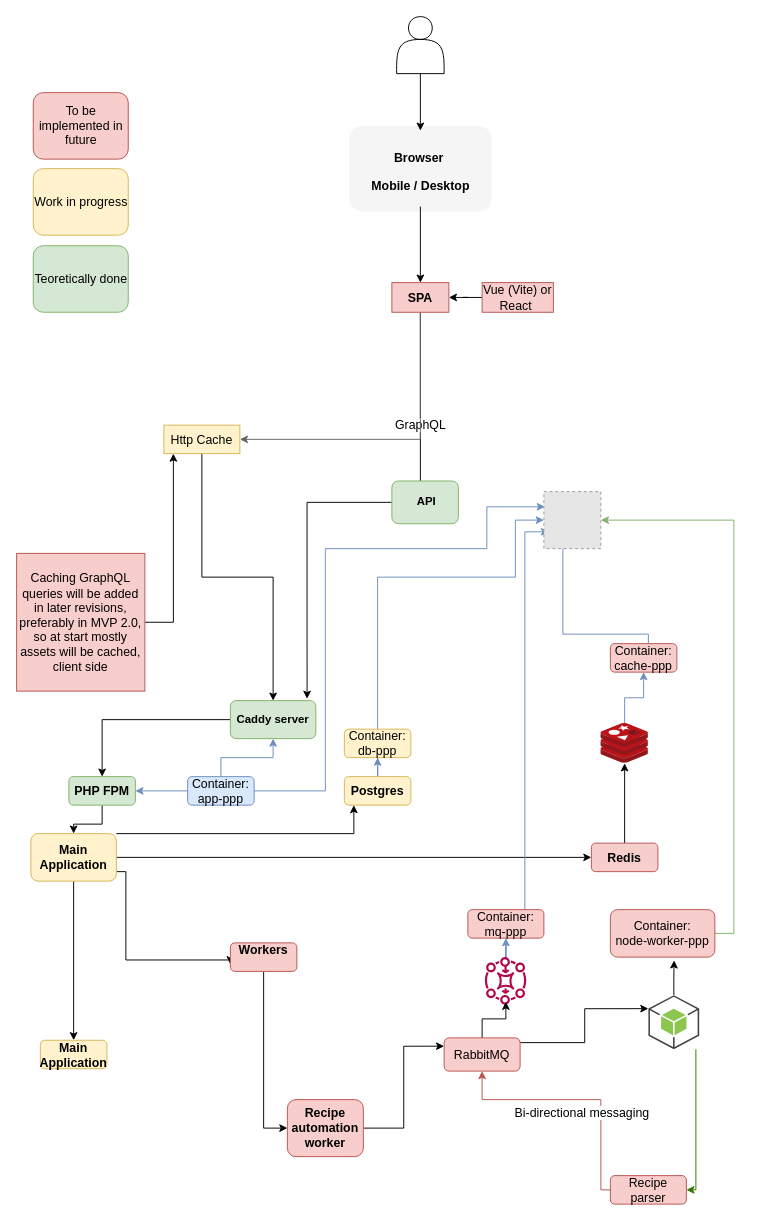
Earlier version of the draw.io diagram diagrams/xml/Main Architecture.drawio (Ci8n/Planner). Source tidied: cells renumbered, new cells numbered last; positions are measured from the earlier drawing's top-left corner, leaving out a move shared by most shapes. Both pictures are drawn from the tidied source at 95%, with x=0, y=0 at pixel (16, 16). Pictures stored in the file or linked from it are replaced by grey dashed boxes.
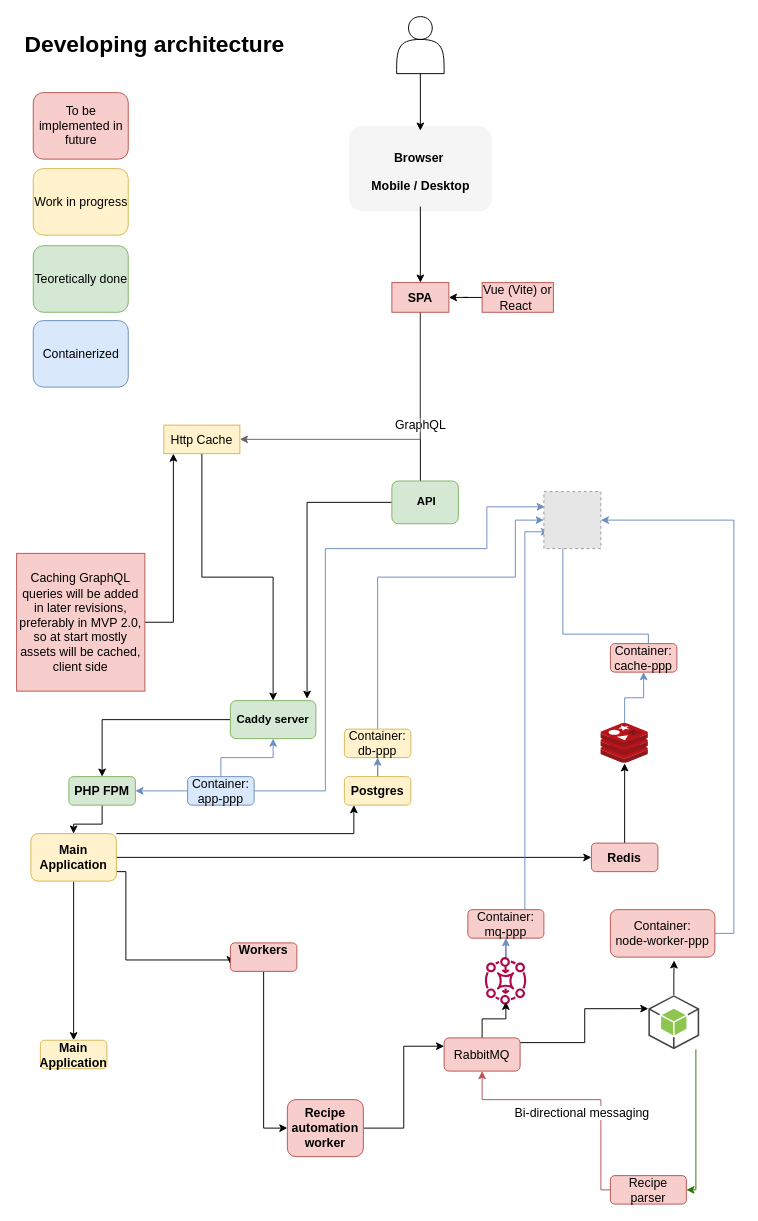
Above is the later version.

Unchanged cells that the change refers to:
```xml
<mxCell id="49" style="fillColor=#E6E6E6;strokeColor=#999999;dashed=1;html=1;verticalAlign=top;verticalLabelPosition=bottom;labelBackgroundColor=#ffffff;fontSize=13;" parent="1" vertex="1">
  <mxGeometry x="555" y="500" width="60" height="60" as="geometry" />
</mxCell>
<mxCell id="60" value="Container: &lt;br&gt;node-worker-ppp" style="rounded=1;whiteSpace=wrap;html=1;fillColor=#f8cecc;strokeColor=#b85450;fontSize=13;" parent="1" vertex="1">
  <mxGeometry x="625" y="940" width="110" height="50" as="geometry" />
</mxCell>
```

Diff of the diagram source:
```diff
@@
-    <mxCell id="59" style="edgeStyle=orthogonalEdgeStyle;rounded=0;jettySize=auto;html=1;fontSize=13;fillColor=#d5e8d4;strokeColor=#82b366;" parent="1" edge="1" source="60" target="49">
+    <mxCell id="59" style="edgeStyle=orthogonalEdgeStyle;rounded=0;jettySize=auto;html=1;fontSize=13;fillColor=#dae8fc;strokeColor=#6c8ebf;" parent="1" edge="1" source="60" target="49">
       <mxGeometry relative="1" as="geometry">
         <Array as="points">
           <mxPoint x="755" y="965" />
           <mxPoint x="755" y="530" />
         </Array>
       </mxGeometry>
     </mxCell>
@@
+    <mxCell id="64" value="Developing architecture" style="text;strokeColor=none;fillColor=none;html=1;fontSize=24;fontStyle=1;verticalAlign=middle;align=center;" parent="1" vertex="1">
+      <mxGeometry x="95" y="10" width="100" height="40" as="geometry" />
+    </mxCell>
+    <mxCell id="65" value="Containerized" style="rounded=1;whiteSpace=wrap;html=1;fontSize=13;fillColor=#dae8fc;strokeColor=#6c8ebf;" parent="1" vertex="1">
+      <mxGeometry x="17.5" y="320" width="100" height="70" as="geometry" />
+    </mxCell>
```
